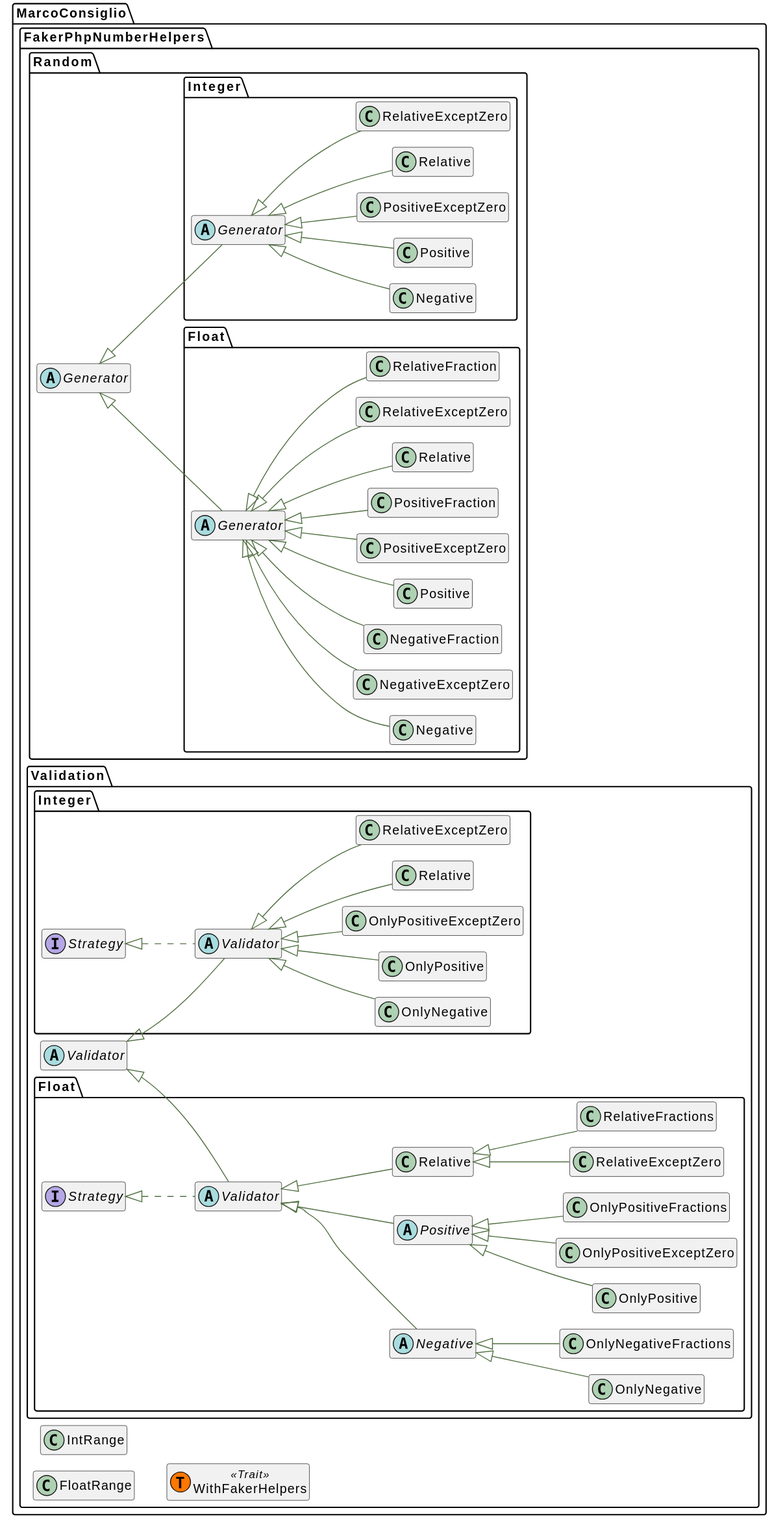
Before: docs/html/graphs/classes.svg, a diagram exported from PlantUML (MarcoConsiglio/faker-php-number-helpers).
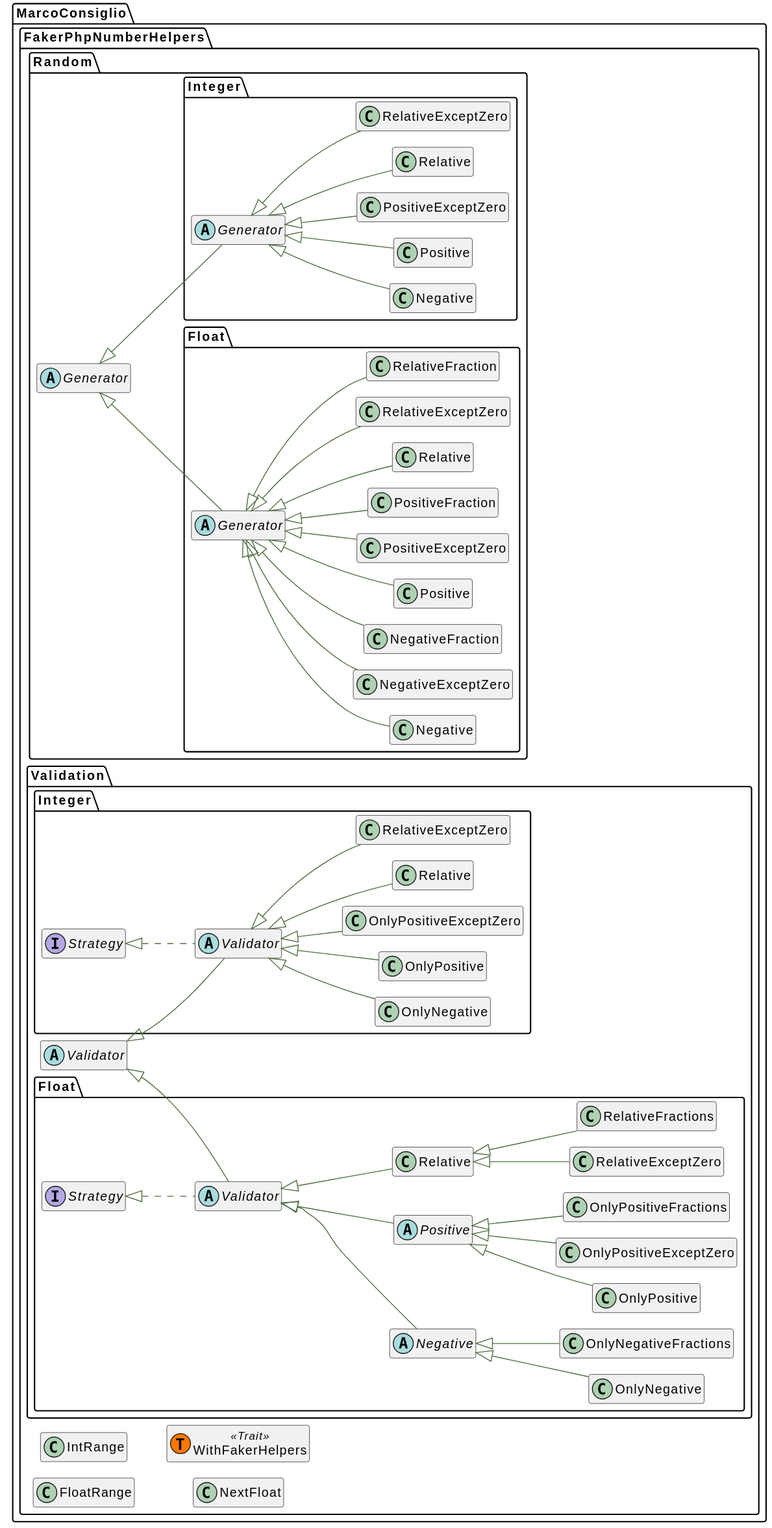
The same file after the commit.

Diff of the diagram source:
```diff
@@ -19,6 +19,10 @@
 }
 namespace MarcoConsiglio\\FakerPhpNumberHelpers {
      class "IntRange" as IntRange__class    {
+    }
+}
+namespace MarcoConsiglio\\FakerPhpNumberHelpers {
+     class "NextFloat" as NextFloat__class    {
     }
 }
 namespace MarcoConsiglio\\FakerPhpNumberHelpers {
```
